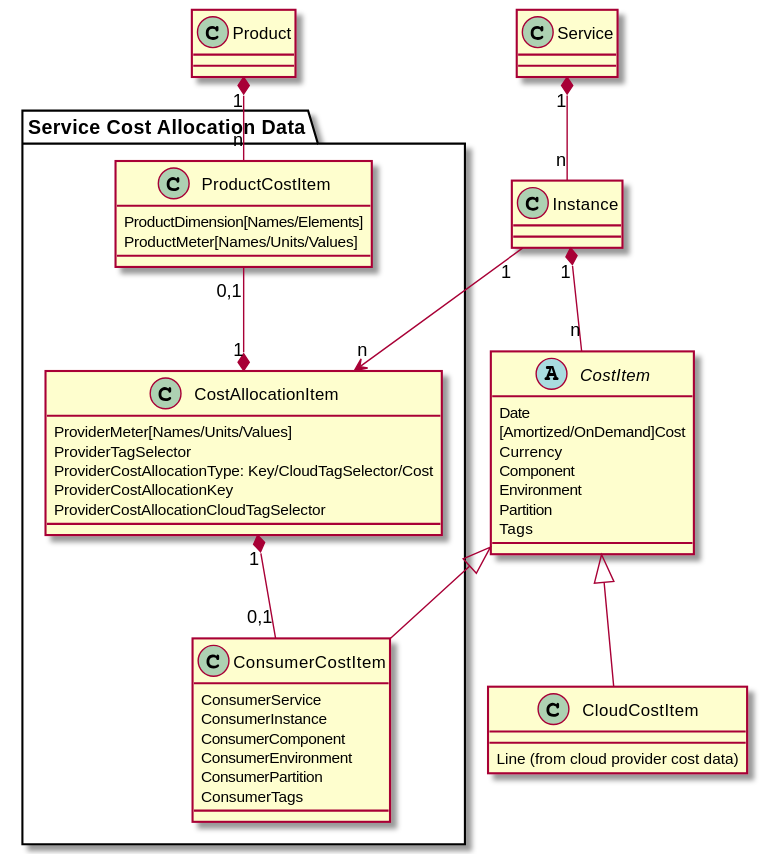
Above: puml/cost-allocation-model.svg in AmadeusITGroup/cloud-cost-allocation (PlantUML), before the change.
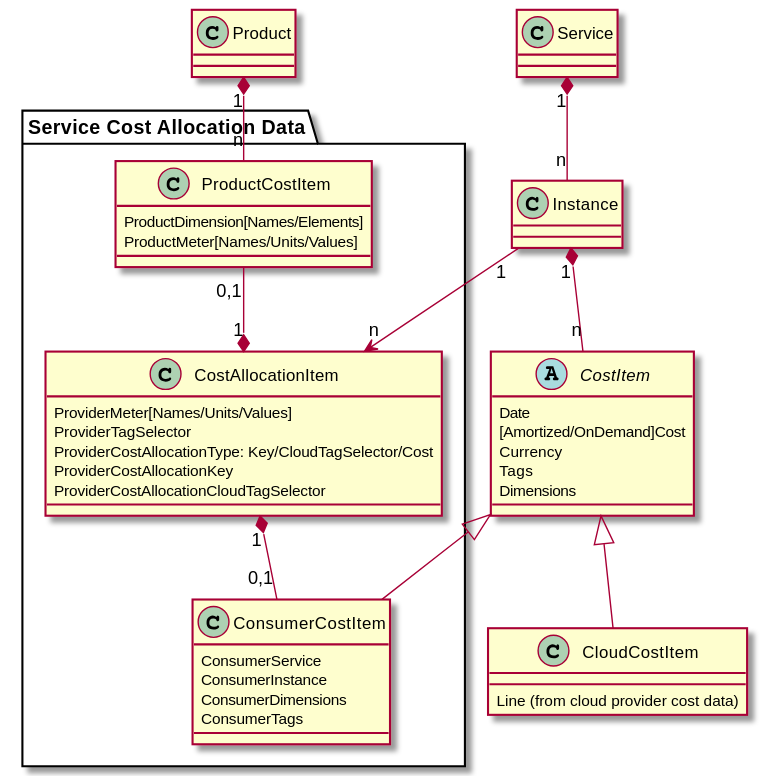
After the commit.

Commit message:
Removed the documentation of component and partition from the cosrt, which are Amadeus-specific dimensions

Diff of the diagram source:
```diff
@@ -11,10 +11,8 @@
 Date
 [Amortized/OnDemand]Cost
 Currency
-Component
-Environment
-Partition
 Tags
+Dimensions
 }
 Instance "1" *-- "n" CostItem
 
@@ -36,9 +34,7 @@
 class ConsumerCostItem {
 ConsumerService
 ConsumerInstance
-ConsumerComponent
-ConsumerEnvironment
-ConsumerPartition
+ConsumerDimensions
 ConsumerTags
 }
 }
```
